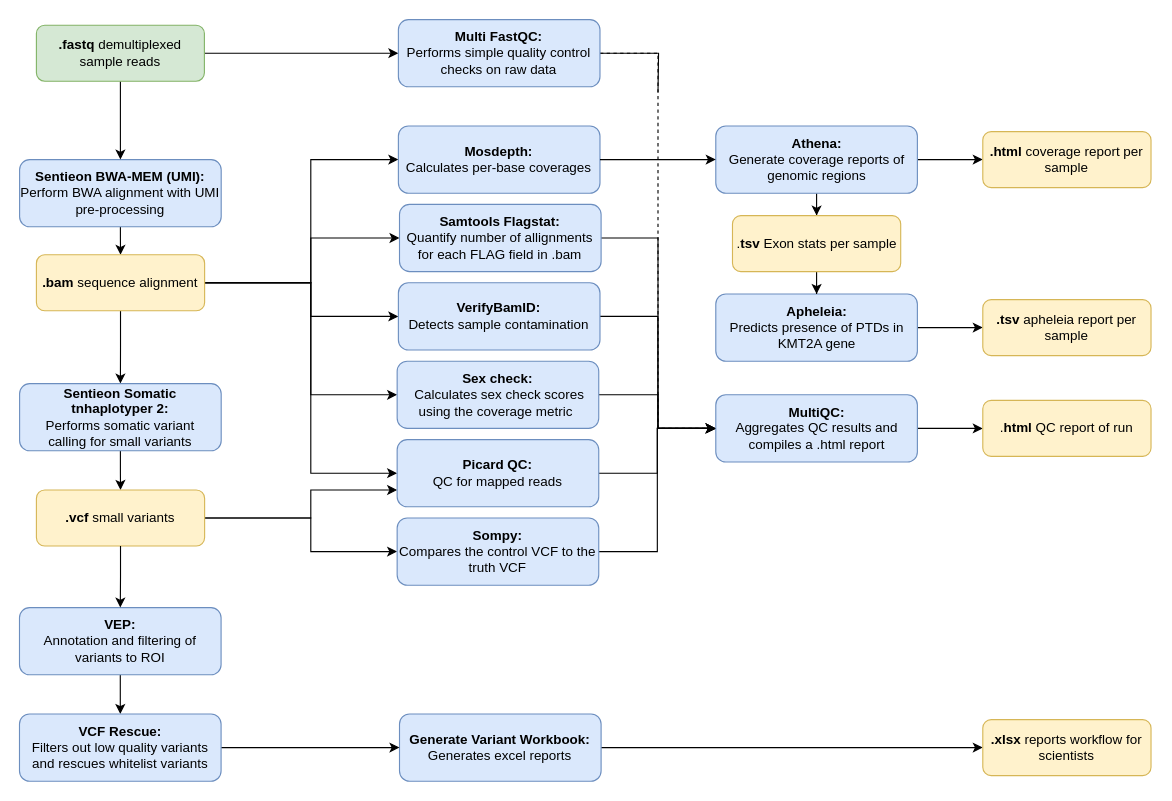
Before: images/full_gaea_practical.drawio.xml in eastgenomics/eggd_gaea_main_workflow, a draw.io diagram. Source tidied: cells renumbered, new cells numbered last; positions are measured from the earlier drawing's top-left corner, leaving out a move shared by most shapes. Both pictures are drawn from the tidied source at 112%, with x=0, y=0 at pixel (19, 19).
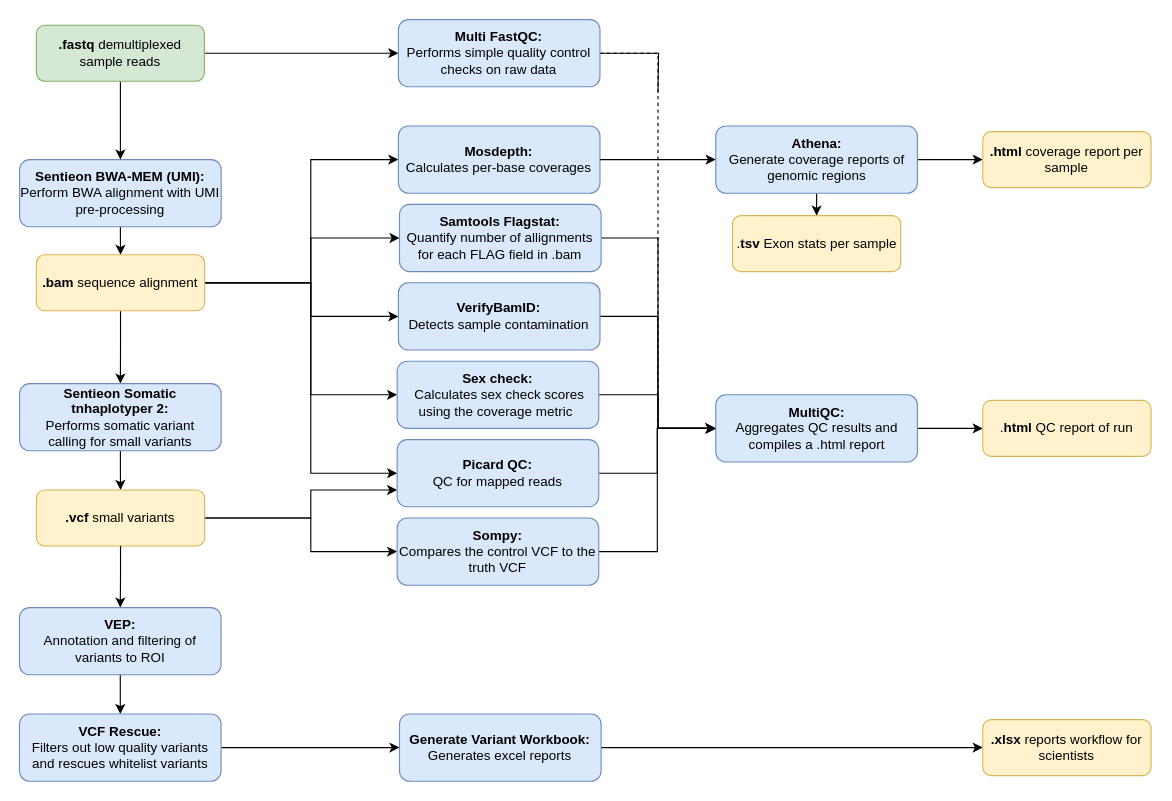
The same diagram, later.

Commit message:
Remove Apheleia component from workflow diagram

The change refers to these unchanged cells:
```xml
<mxCell id="53" value="&lt;p style=&quot;line-height: 120%;&quot;&gt;&lt;/p&gt;&lt;div style=&quot;&quot;&gt;.&lt;b&gt;tsv&lt;/b&gt;&amp;nbsp;Exon stats per sample&lt;/div&gt;&lt;p&gt;&lt;/p&gt;" style="rounded=1;whiteSpace=wrap;html=1;fillColor=#fff2cc;strokeColor=#d6b656;align=center;" parent="1" vertex="1">
  <mxGeometry x="636.5" y="175" width="150.2" height="50" as="geometry" />
</mxCell>
```

Change to the diagram source:
```diff
@@
-    <mxCell id="34" style="edgeStyle=orthogonalEdgeStyle;rounded=0;jettySize=auto;html=1;" parent="1" edge="1" source="35" target="43">
-      <mxGeometry relative="1" as="geometry" />
-    </mxCell>
-    <mxCell id="35" value="&lt;b&gt;Apheleia:&lt;br&gt;&lt;/b&gt;Predicts presence of PTDs in KMT2A gene" style="rounded=1;whiteSpace=wrap;html=1;fillColor=#dae8fc;strokeColor=#6c8ebf;" parent="1" vertex="1">
-      <mxGeometry x="621.6" y="245" width="180" height="60" as="geometry" />
-    </mxCell>
@@
-    <mxCell id="43" value="&lt;p style=&quot;line-height: 120%;&quot;&gt;&lt;/p&gt;&lt;div style=&quot;&quot;&gt;&lt;b&gt;.tsv&lt;/b&gt;&amp;nbsp;apheleia report per sample&lt;/div&gt;&lt;p&gt;&lt;/p&gt;" style="rounded=1;whiteSpace=wrap;html=1;fillColor=#fff2cc;strokeColor=#d6b656;align=center;" parent="1" vertex="1">
-      <mxGeometry x="860" y="250" width="150.2" height="50" as="geometry" />
-    </mxCell>
@@
-    <mxCell id="52" style="edgeStyle=orthogonalEdgeStyle;rounded=0;jettySize=auto;html=1;entryX=0.5;entryY=0;entryDx=0;entryDy=0;" parent="1" edge="1" source="53" target="35">
-      <mxGeometry relative="1" as="geometry" />
-    </mxCell>
```
